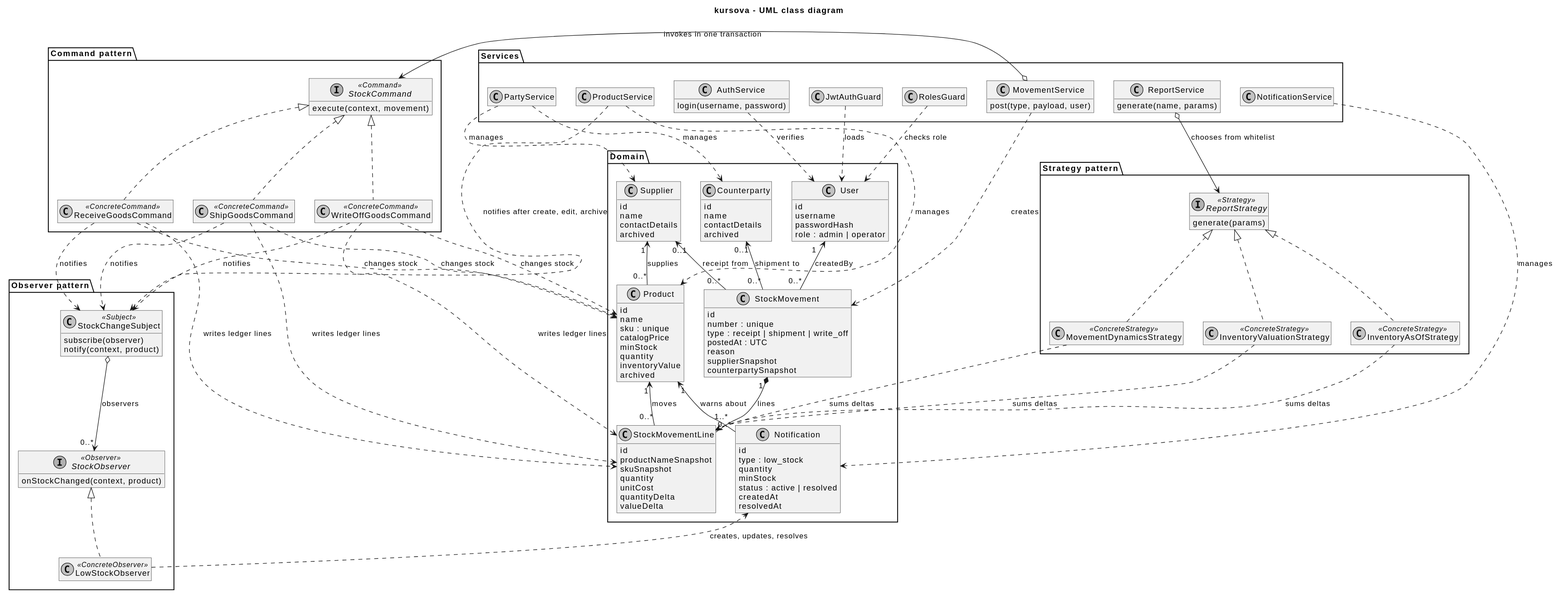
Above: docs/diagrams/class-diagram.svg in iboiko-ir/kursova-var2 (PlantUML), before the change.
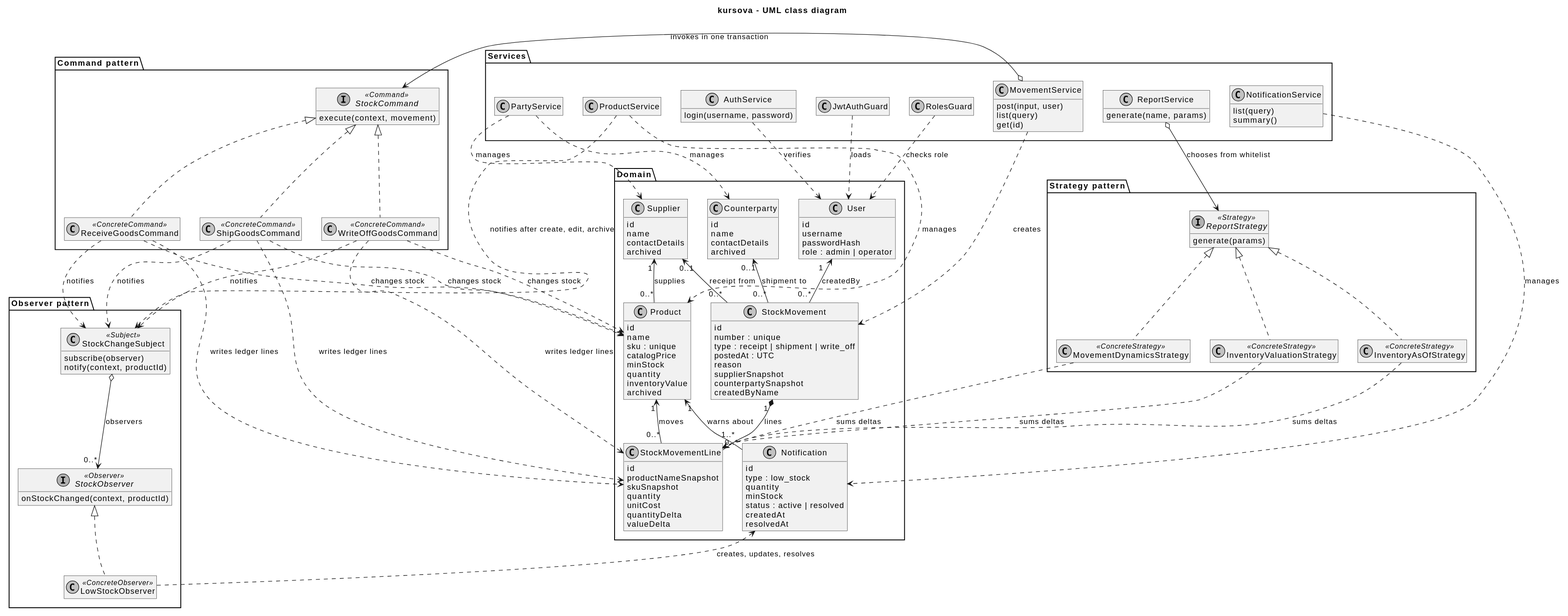
Later version of the same file.

Commit message:
docs: describe Command and Observer patterns and update class diagram

The edit, as a diff of the source:
```diff
@@ -47,6 +47,7 @@
     reason
     supplierSnapshot
     counterpartySnapshot
+    createdByName
   }
 
   class StockMovementLine {
@@ -87,9 +88,14 @@
   class ProductService
   class PartyService
   class MovementService {
-    post(type, payload, user)
+    post(input, user)
+    list(query)
+    get(id)
   }
-  class NotificationService
+  class NotificationService {
+    list(query)
+    summary()
+  }
   class ReportService {
     generate(name, params)
   }
@@ -127,10 +133,10 @@
 package "Observer pattern" {
   class StockChangeSubject <<Subject>> {
     subscribe(observer)
-    notify(context, product)
+    notify(context, productId)
   }
   interface StockObserver <<Observer>> {
-    onStockChanged(context, product)
+    onStockChanged(context, productId)
   }
   class LowStockObserver <<ConcreteObserver>>
 }
```
